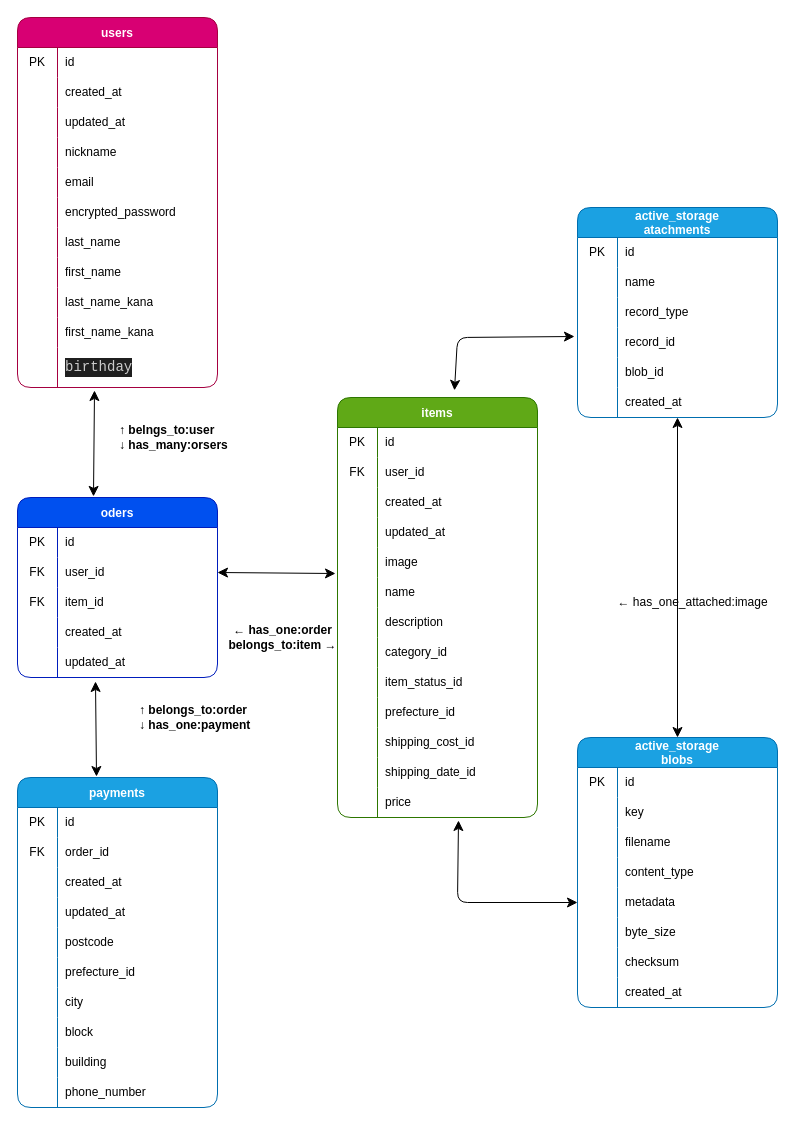
Earlier version of the draw.io diagram ER.dio (potarohblog/furima-39152). Source tidied: cells renumbered, new cells numbered last; positions are measured from the earlier drawing's top-left corner, leaving out a move shared by most shapes. Both pictures are drawn from the tidied source at 100%, with x=0, y=0 at pixel (17, 17).
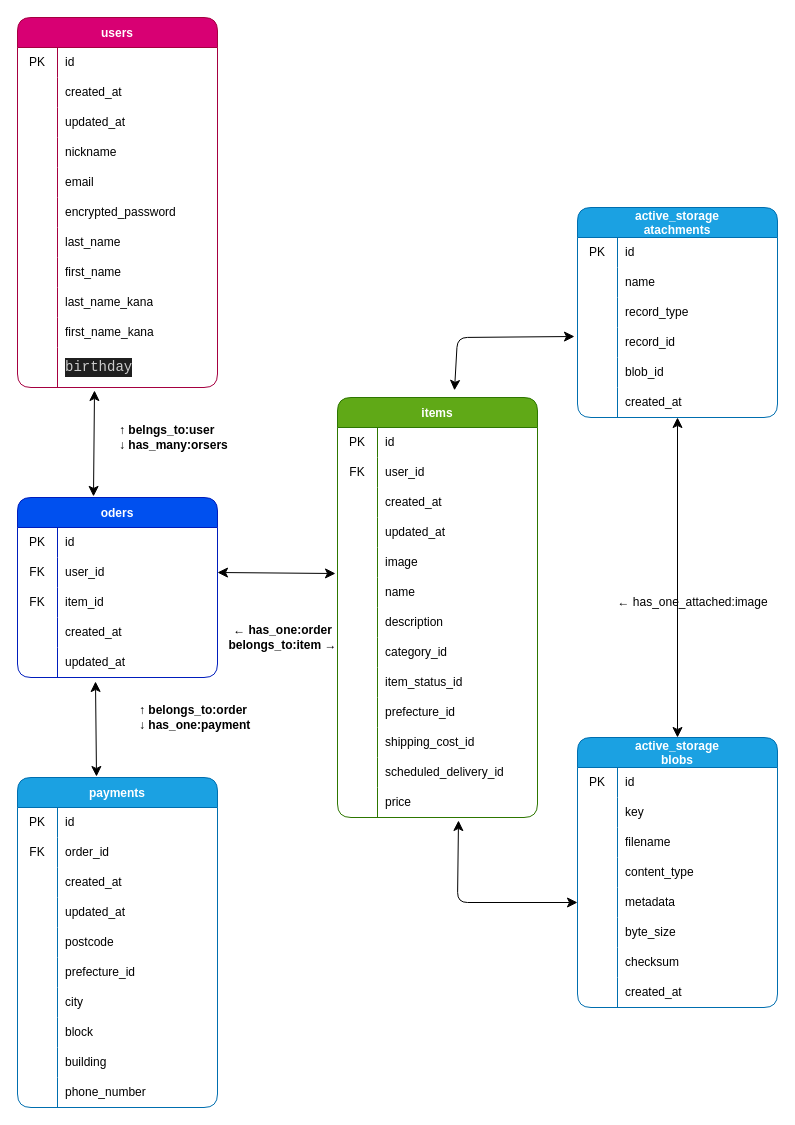
After the change.

The change refers to these unchanged cells:
```xml
<mxCell id="36" style="shape=tableRow;horizontal=0;startSize=0;swimlaneHead=0;swimlaneBody=0;top=0;left=0;bottom=0;right=0;fillColor=none;" parent="2" vertex="1">
  <mxGeometry y="360" width="200" height="30" as="geometry" />
</mxCell>
```

What changed in the source:
```diff
@@
-    <mxCell id="38" value="shipping_date_id" style="shape=partialRectangle;html=1;whiteSpace=wrap;fillColor=none;top=0;left=0;bottom=0;right=0;align=left;spacingLeft=6;overflow=hidden;" parent="36" vertex="1">
+    <mxCell id="38" value="scheduled_delivery_id" style="shape=partialRectangle;html=1;whiteSpace=wrap;fillColor=none;top=0;left=0;bottom=0;right=0;align=left;spacingLeft=6;overflow=hidden;" parent="36" vertex="1">
       <mxGeometry x="40" width="160" height="30" as="geometry" />
     </mxCell>
```
